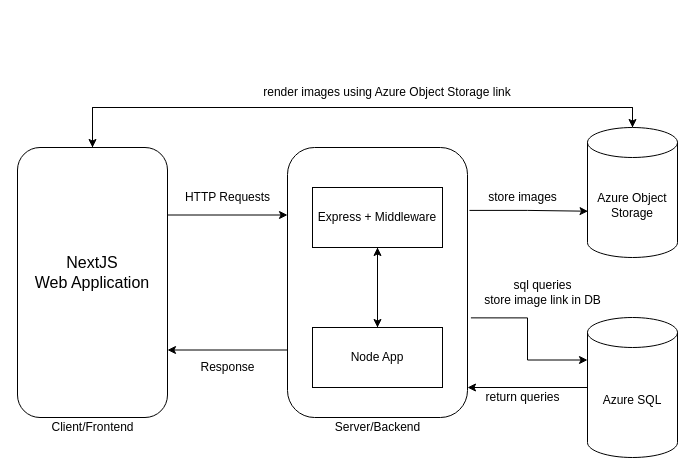
The draw.io diagram docs/drawio/block-diagram.drawio in devin-efendy/fujiji, before the edit. Source tidied: cells renumbered, new cells numbered last; positions are measured from the earlier drawing's top-left corner, leaving out a move shared by most shapes. Both pictures are drawn from the tidied source at 100%, with x=0, y=0 at pixel (17, 77).
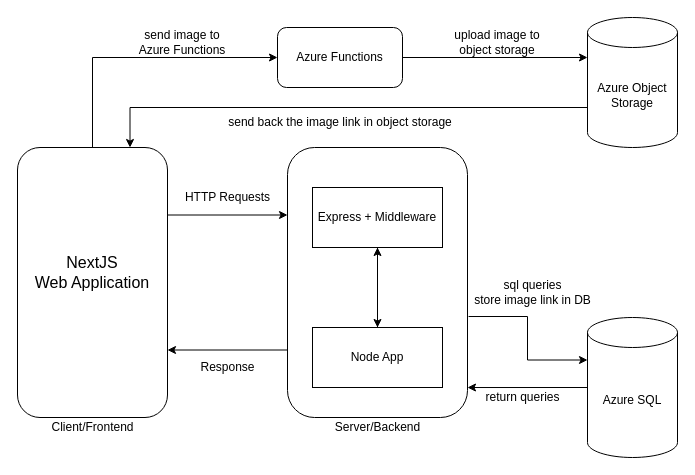
Above is the later version.

Commit message:
Update block-diagram with new workflow

Unchanged cells that the change refers to:
```xml
<mxCell id="4" style="rounded=1;whiteSpace=wrap;html=1;" parent="1" vertex="1">
  <mxGeometry y="70" width="150" height="270" as="geometry" />
</mxCell>
<mxCell id="8" style="rounded=1;whiteSpace=wrap;html=1;" parent="1" vertex="1">
  <mxGeometry x="270" y="70" width="180" height="270" as="geometry" />
</mxCell>
<mxCell id="10" value="Azure SQL" style="shape=cylinder3;whiteSpace=wrap;html=1;boundedLbl=1;backgroundOutline=1;size=15;" parent="1" vertex="1">
  <mxGeometry x="570" y="240" width="90" height="140" as="geometry" />
</mxCell>
```

Diff of the diagram source:
```diff
@@
-    <mxCell id="3" style="edgeStyle=orthogonalEdgeStyle;rounded=0;jettySize=auto;html=1;entryX=0.5;entryY=0;entryDx=0;entryDy=0;entryPerimeter=0;fontSize=12;" parent="1" edge="1" source="4" target="12">
-      <mxGeometry relative="1" as="geometry">
-        <Array as="points">
-          <mxPoint x="75" y="30" />
-          <mxPoint x="615" y="30" />
-        </Array>
-      </mxGeometry>
-    </mxCell>
@@
-    <mxCell id="5" style="edgeStyle=orthogonalEdgeStyle;rounded=0;jettySize=auto;html=1;entryX=0.006;entryY=0.644;entryDx=0;entryDy=0;entryPerimeter=0;exitX=1.011;exitY=0.233;exitDx=0;exitDy=0;exitPerimeter=0;" parent="1" edge="1" source="8" target="12">
-      <mxGeometry relative="1" as="geometry" />
-    </mxCell>
-    <mxCell id="6" style="edgeStyle=orthogonalEdgeStyle;rounded=0;jettySize=auto;html=1;entryX=0;entryY=0;entryDx=0;entryDy=42.5;entryPerimeter=0;exitX=1.019;exitY=0.631;exitDx=0;exitDy=0;exitPerimeter=0;" parent="1" edge="1" source="8" target="10">
+    <mxCell id="6" style="edgeStyle=orthogonalEdgeStyle;rounded=0;jettySize=auto;html=1;exitX=1.006;exitY=0.626;exitDx=0;exitDy=0;exitPerimeter=0;entryX=0;entryY=0;entryDx=0;entryDy=42.5;entryPerimeter=0;" parent="1" edge="1" source="8" target="10">
       <mxGeometry relative="1" as="geometry" />
     </mxCell>
@@
-    <mxCell id="9" style="edgeStyle=orthogonalEdgeStyle;rounded=0;jettySize=auto;html=1;exitX=0;exitY=0.5;exitDx=0;exitDy=0;exitPerimeter=0;" parent="1" edge="1" source="10">
-      <mxGeometry relative="1" as="geometry">
-        <mxPoint x="450" y="310" as="targetPoint" />
-      </mxGeometry>
+    <mxCell id="9" style="edgeStyle=orthogonalEdgeStyle;rounded=0;jettySize=auto;html=1;exitX=0;exitY=0.5;exitDx=0;exitDy=0;exitPerimeter=0;entryX=1;entryY=0.889;entryDx=0;entryDy=0;entryPerimeter=0;" parent="1" edge="1" source="10" target="8">
+      <mxGeometry relative="1" as="geometry" />
     </mxCell>
@@
-    <mxCell id="11" style="edgeStyle=orthogonalEdgeStyle;rounded=0;jettySize=auto;html=1;entryX=0.5;entryY=0;entryDx=0;entryDy=0;fontSize=12;exitX=0.5;exitY=0;exitDx=0;exitDy=0;exitPerimeter=0;" parent="1" edge="1" source="12" target="4">
-      <mxGeometry relative="1" as="geometry">
-        <Array as="points">
-          <mxPoint x="615" y="30" />
-          <mxPoint x="75" y="30" />
-        </Array>
-      </mxGeometry>
-    </mxCell>
     <mxCell id="12" value="Azure Object Storage" style="shape=cylinder3;whiteSpace=wrap;html=1;boundedLbl=1;backgroundOutline=1;size=15;" parent="1" vertex="1">
-      <mxGeometry x="570" y="50" width="90" height="130" as="geometry" />
+      <mxGeometry x="570" y="-60" width="90" height="130" as="geometry" />
     </mxCell>
@@
-    <mxCell id="15" value="store images" style="text;html=1;align=center;verticalAlign=middle;strokeColor=none;fillColor=none;" parent="1" vertex="1">
-      <mxGeometry x="465" y="110" width="80" height="20" as="geometry" />
-    </mxCell>
     <mxCell id="16" value="sql queries&lt;br&gt;store image link in DB" style="text;html=1;align=center;verticalAlign=middle;strokeColor=none;fillColor=none;" parent="1" vertex="1">
-      <mxGeometry x="460" y="200" width="130" height="30" as="geometry" />
+      <mxGeometry x="450" y="200" width="130" height="30" as="geometry" />
     </mxCell>
@@
-    <mxCell id="25" value="render images using Azure Object Storage link" style="text;html=1;strokeColor=none;fillColor=none;align=center;verticalAlign=middle;whiteSpace=wrap;rounded=0;fontSize=12;" parent="1" vertex="1">
-      <mxGeometry x="230" width="280" height="30" as="geometry" />
-    </mxCell>
+    <mxCell id="26" value="Azure Functions" style="rounded=1;whiteSpace=wrap;html=1;" parent="1" vertex="1">
+      <mxGeometry x="260" y="-50" width="125" height="60" as="geometry" />
+    </mxCell>
+    <mxCell id="27" style="edgeStyle=orthogonalEdgeStyle;rounded=0;jettySize=auto;html=1;entryX=0;entryY=0.5;entryDx=0;entryDy=0;exitX=0.5;exitY=0;exitDx=0;exitDy=0;" parent="1" edge="1" source="4" target="26">
+      <mxGeometry relative="1" as="geometry" />
+    </mxCell>
+    <mxCell id="28" style="edgeStyle=orthogonalEdgeStyle;rounded=0;jettySize=auto;html=1;exitX=1;exitY=0.5;exitDx=0;exitDy=0;entryX=0;entryY=0;entryDx=0;entryDy=40;entryPerimeter=0;" parent="1" edge="1" source="26" target="12">
+      <mxGeometry relative="1" as="geometry" />
+    </mxCell>
+    <mxCell id="11" style="edgeStyle=orthogonalEdgeStyle;rounded=0;jettySize=auto;html=1;exitX=0;exitY=0;exitDx=0;exitDy=90;exitPerimeter=0;entryX=0.75;entryY=0;entryDx=0;entryDy=0;" parent="1" edge="1" source="12" target="4">
+      <mxGeometry relative="1" as="geometry" />
+    </mxCell>
+    <mxCell id="29" value="send image to Azure Functions" style="text;html=1;strokeColor=none;fillColor=none;align=center;verticalAlign=middle;whiteSpace=wrap;rounded=0;" parent="1" vertex="1">
+      <mxGeometry x="110" y="-50" width="110" height="30" as="geometry" />
+    </mxCell>
+    <mxCell id="30" value="upload image to object storage" style="text;html=1;strokeColor=none;fillColor=none;align=center;verticalAlign=middle;whiteSpace=wrap;rounded=0;" parent="1" vertex="1">
+      <mxGeometry x="420" y="-50" width="120" height="30" as="geometry" />
+    </mxCell>
+    <mxCell id="31" value="send back the image link in object storage" style="text;html=1;strokeColor=none;fillColor=none;align=center;verticalAlign=middle;whiteSpace=wrap;rounded=0;" parent="1" vertex="1">
+      <mxGeometry x="208.8" y="30" width="227.5" height="30" as="geometry" />
+    </mxCell>
```
